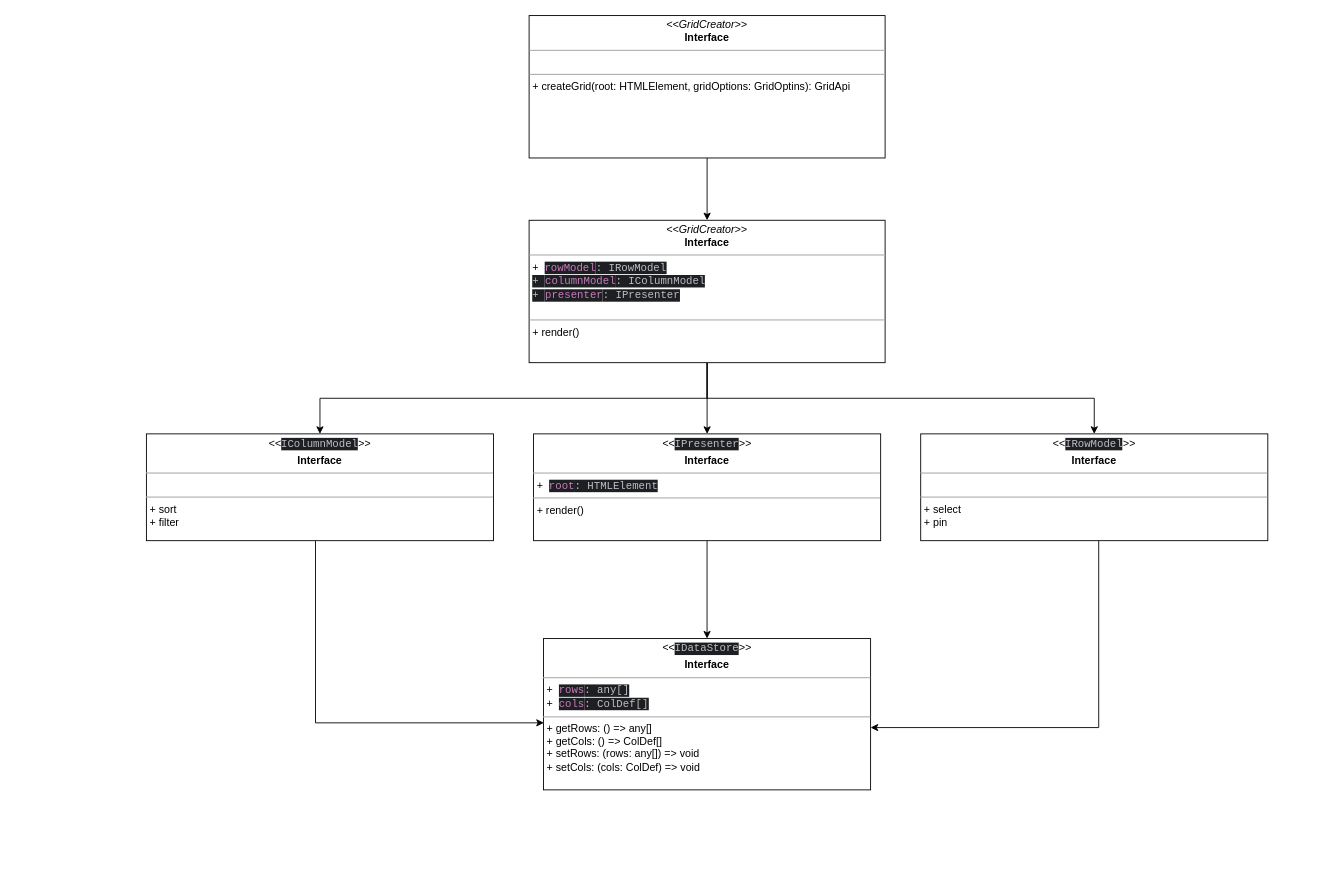
Before: packages/grid/docs/createGrid.drawio in Bright-Burn/Grid, a draw.io diagram. Source tidied: cells renumbered, new cells numbered last; positions are measured from the earlier drawing's top-left corner, leaving out a move shared by most shapes. Both pictures are drawn from the tidied source at 89%, with x=0, y=0 at pixel (146, 15).
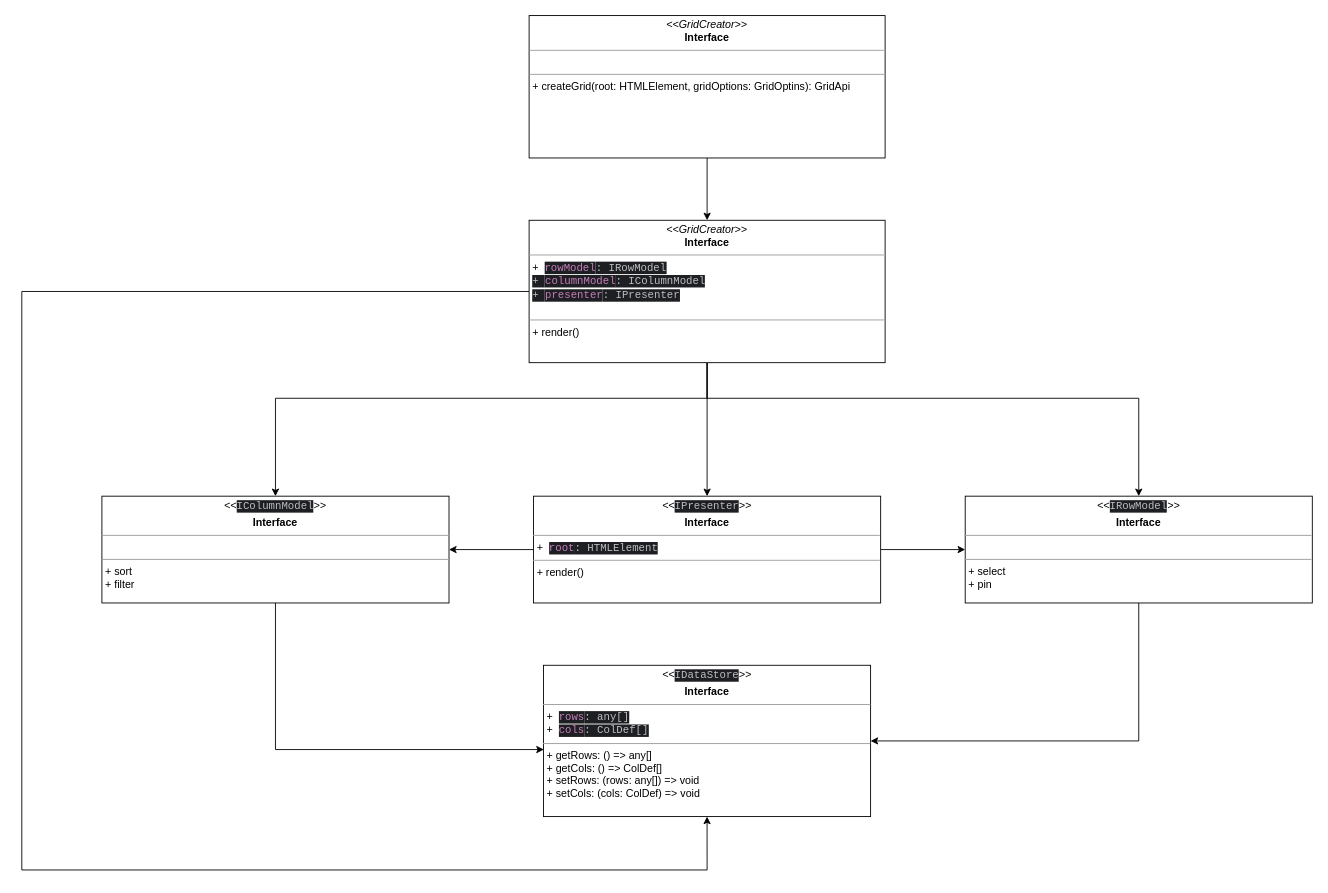
The same page after the edit.

Unchanged cells that the change refers to:
```xml
<mxCell id="7" value="&lt;p style=&quot;margin:0px;margin-top:4px;text-align:center;&quot;&gt;&lt;i&gt;&amp;lt;&amp;lt;GridCreator&amp;gt;&amp;gt;&lt;/i&gt;&lt;br&gt;&lt;b&gt;Interface&lt;/b&gt;&lt;/p&gt;&lt;hr size=&quot;1&quot;&gt;&lt;p style=&quot;margin:0px;margin-left:4px;&quot;&gt;+&amp;nbsp;&amp;nbsp;&lt;span style=&quot;font-family: Consolas, monospace; background-color: rgb(30, 31, 34); color: rgb(199, 125, 187);&quot;&gt;rowModel&lt;/span&gt;&lt;span style=&quot;font-family: Consolas, monospace; background-color: rgb(30, 31, 34); color: rgb(188, 190, 196);&quot;&gt;: IRowModel&lt;/span&gt;&lt;/p&gt;&lt;p style=&quot;margin:0px;margin-left:4px;&quot;&gt;&lt;span style=&quot;font-family: Consolas, monospace; background-color: rgb(30, 31, 34); color: rgb(188, 190, 196);&quot;&gt;+&amp;nbsp;&lt;/span&gt;&lt;span style=&quot;font-family: Consolas, monospace; background-color: rgb(30, 31, 34); color: rgb(199, 125, 187);&quot;&gt;columnModel&lt;/span&gt;&lt;span style=&quot;font-family: Consolas, monospace; background-color: rgb(30, 31, 34); color: rgb(188, 190, 196);&quot;&gt;: IColumnModel&lt;/span&gt;&lt;/p&gt;&lt;p style=&quot;margin:0px;margin-left:4px;&quot;&gt;&lt;span style=&quot;font-family: Consolas, monospace; background-color: rgb(30, 31, 34); color: rgb(188, 190, 196);&quot;&gt;+&amp;nbsp;&lt;/span&gt;&lt;span style=&quot;font-family: Consolas, monospace; background-color: rgb(30, 31, 34); color: rgb(199, 125, 187);&quot;&gt;presenter&lt;/span&gt;&lt;span style=&quot;font-family: Consolas, monospace; background-color: rgb(30, 31, 34); color: rgb(188, 190, 196);&quot;&gt;: IPresenter&lt;/span&gt;&lt;/p&gt;&lt;p style=&quot;margin:0px;margin-left:4px;&quot;&gt;&lt;br&gt;&lt;/p&gt;&lt;hr size=&quot;1&quot;&gt;&lt;p style=&quot;margin:0px;margin-left:4px;&quot;&gt;+ render()&lt;br&gt;&lt;br&gt;&lt;/p&gt;" style="verticalAlign=top;align=left;overflow=fill;fontSize=12;fontFamily=Helvetica;html=1;" parent="1" vertex="1">
  <mxGeometry x="430" y="230" width="400" height="160" as="geometry" />
</mxCell>
```

Diff of the diagram source:
```diff
@@
-    <mxCell id="4" style="edgeStyle=orthogonalEdgeStyle;rounded=0;jettySize=auto;html=1;entryX=0.5;entryY=0;entryDx=0;entryDy=0;" parent="1" edge="1" source="7" target="13">
-      <mxGeometry relative="1" as="geometry">
-        <Array as="points">
-          <mxPoint x="630" y="430" />
-          <mxPoint x="195" y="430" />
-        </Array>
-      </mxGeometry>
-    </mxCell>
@@
-    <mxCell id="6" style="edgeStyle=orthogonalEdgeStyle;rounded=0;jettySize=auto;html=1;" parent="1" edge="1" source="7" target="11">
+    <mxCell id="6" style="edgeStyle=orthogonalEdgeStyle;rounded=0;jettySize=auto;html=1;entryX=0.5;entryY=0;entryDx=0;entryDy=0;" parent="1" edge="1" source="7" target="11">
       <mxGeometry relative="1" as="geometry">
         <Array as="points">
           <mxPoint x="630" y="430" />
-          <mxPoint x="1065" y="430" />
+          <mxPoint x="1115" y="430" />
         </Array>
       </mxGeometry>
     </mxCell>
+    <mxCell id="15" style="edgeStyle=orthogonalEdgeStyle;rounded=0;jettySize=auto;html=1;entryX=0.5;entryY=1;entryDx=0;entryDy=0;" parent="1" edge="1" source="7" target="14">
+      <mxGeometry relative="1" as="geometry">
+        <Array as="points">
+          <mxPoint x="-140" y="310" />
+          <mxPoint x="-140" y="960" />
+          <mxPoint x="630" y="960" />
+        </Array>
+      </mxGeometry>
+    </mxCell>
+    <mxCell id="4" style="edgeStyle=orthogonalEdgeStyle;rounded=0;jettySize=auto;html=1;entryX=0.5;entryY=0;entryDx=0;entryDy=0;strokeColor=default;" parent="1" edge="1" source="7" target="13">
+      <mxGeometry relative="1" as="geometry">
+        <Array as="points">
+          <mxPoint x="630" y="430" />
+          <mxPoint x="145" y="430" />
+        </Array>
+      </mxGeometry>
+    </mxCell>
@@
-    <mxCell id="8" style="edgeStyle=orthogonalEdgeStyle;rounded=0;jettySize=auto;html=1;entryX=0.5;entryY=0;entryDx=0;entryDy=0;" parent="1" edge="1" source="9" target="14">
-      <mxGeometry relative="1" as="geometry" />
-    </mxCell>
+    <mxCell id="16" style="edgeStyle=orthogonalEdgeStyle;rounded=0;jettySize=auto;html=1;" parent="1" edge="1" source="9" target="11">
+      <mxGeometry relative="1" as="geometry" />
+    </mxCell>
+    <mxCell id="17" style="edgeStyle=orthogonalEdgeStyle;rounded=0;jettySize=auto;html=1;" parent="1" edge="1" source="9" target="13">
+      <mxGeometry relative="1" as="geometry" />
+    </mxCell>
     <mxCell id="9" value="&lt;p style=&quot;margin:0px;margin-top:4px;text-align:center;&quot;&gt;&lt;i&gt;&amp;lt;&amp;lt;&lt;/i&gt;&lt;span style=&quot;font-family: Consolas, monospace; background-color: rgb(30, 31, 34); color: rgb(188, 190, 196); text-align: left;&quot;&gt;IPresenter&lt;/span&gt;&lt;i style=&quot;background-color: initial;&quot;&gt;&amp;gt;&amp;gt;&lt;/i&gt;&lt;/p&gt;&lt;p style=&quot;margin:0px;margin-top:4px;text-align:center;&quot;&gt;&lt;b&gt;Interface&lt;/b&gt;&lt;/p&gt;&lt;hr size=&quot;1&quot;&gt;&lt;p style=&quot;margin:0px;margin-left:4px;&quot;&gt;+&amp;nbsp;&amp;nbsp;&lt;span style=&quot;font-family: Consolas, monospace; background-color: rgb(30, 31, 34); color: rgb(199, 125, 187);&quot;&gt;root&lt;/span&gt;&lt;span style=&quot;font-family: Consolas, monospace; background-color: rgb(30, 31, 34); color: rgb(188, 190, 196);&quot;&gt;: HTMLElement&lt;/span&gt;&lt;/p&gt;&lt;hr size=&quot;1&quot;&gt;&lt;p style=&quot;margin:0px;margin-left:4px;&quot;&gt;+ render()&lt;br&gt;&lt;br&gt;&lt;/p&gt;" style="verticalAlign=top;align=left;overflow=fill;fontSize=12;fontFamily=Helvetica;html=1;" parent="1" vertex="1">
-      <mxGeometry x="435" y="470" width="390" height="120" as="geometry" />
+      <mxGeometry x="435" y="540" width="390" height="120" as="geometry" />
     </mxCell>
-    <mxCell id="10" style="edgeStyle=orthogonalEdgeStyle;rounded=0;jettySize=auto;html=1;" parent="1" edge="1" source="11" target="14">
+    <mxCell id="10" style="edgeStyle=orthogonalEdgeStyle;rounded=0;jettySize=auto;html=1;exitX=0.5;exitY=1;exitDx=0;exitDy=0;" parent="1" edge="1" source="11" target="14">
       <mxGeometry relative="1" as="geometry">
         <Array as="points">
-          <mxPoint x="1070" y="800" />
+          <mxPoint x="1115" y="815" />
         </Array>
       </mxGeometry>
     </mxCell>
     <mxCell id="11" value="&lt;p style=&quot;margin:0px;margin-top:4px;text-align:center;&quot;&gt;&lt;i&gt;&amp;lt;&amp;lt;&lt;/i&gt;&lt;span style=&quot;font-family: Consolas, monospace; background-color: rgb(30, 31, 34); color: rgb(188, 190, 196); text-align: left;&quot;&gt;IRowModel&lt;/span&gt;&lt;i style=&quot;background-color: initial;&quot;&gt;&amp;gt;&amp;gt;&lt;/i&gt;&lt;/p&gt;&lt;p style=&quot;margin:0px;margin-top:4px;text-align:center;&quot;&gt;&lt;b&gt;Interface&lt;/b&gt;&lt;/p&gt;&lt;hr size=&quot;1&quot;&gt;&lt;p style=&quot;margin:0px;margin-left:4px;&quot;&gt;&lt;br&gt;&lt;/p&gt;&lt;hr size=&quot;1&quot;&gt;&lt;p style=&quot;margin:0px;margin-left:4px;&quot;&gt;+ select&lt;br&gt;+ pin&lt;br&gt;&lt;br&gt;&lt;/p&gt;" style="verticalAlign=top;align=left;overflow=fill;fontSize=12;fontFamily=Helvetica;html=1;" parent="1" vertex="1">
-      <mxGeometry x="870" y="470" width="390" height="120" as="geometry" />
+      <mxGeometry x="920" y="540" width="390" height="120" as="geometry" />
     </mxCell>
-    <mxCell id="12" style="edgeStyle=orthogonalEdgeStyle;rounded=0;jettySize=auto;html=1;entryX=0.001;entryY=0.557;entryDx=0;entryDy=0;entryPerimeter=0;" parent="1" edge="1" source="13" target="14">
+    <mxCell id="12" style="edgeStyle=orthogonalEdgeStyle;rounded=0;jettySize=auto;html=1;entryX=0.001;entryY=0.557;entryDx=0;entryDy=0;entryPerimeter=0;exitX=0.5;exitY=1;exitDx=0;exitDy=0;" parent="1" edge="1" source="13" target="14">
       <mxGeometry relative="1" as="geometry">
         <Array as="points">
-          <mxPoint x="190" y="795" />
-          <mxPoint x="447" y="795" />
+          <mxPoint x="145" y="825" />
         </Array>
       </mxGeometry>
     </mxCell>
     <mxCell id="13" value="&lt;p style=&quot;margin:0px;margin-top:4px;text-align:center;&quot;&gt;&lt;i&gt;&amp;lt;&amp;lt;&lt;/i&gt;&lt;span style=&quot;font-family: Consolas, monospace; background-color: rgb(30, 31, 34); color: rgb(188, 190, 196); text-align: left;&quot;&gt;IColumnModel&lt;/span&gt;&lt;i style=&quot;background-color: initial;&quot;&gt;&amp;gt;&amp;gt;&lt;/i&gt;&lt;/p&gt;&lt;p style=&quot;margin:0px;margin-top:4px;text-align:center;&quot;&gt;&lt;b&gt;Interface&lt;/b&gt;&lt;/p&gt;&lt;hr size=&quot;1&quot;&gt;&lt;p style=&quot;margin:0px;margin-left:4px;&quot;&gt;&lt;br&gt;&lt;/p&gt;&lt;hr size=&quot;1&quot;&gt;&lt;p style=&quot;margin:0px;margin-left:4px;&quot;&gt;+ sort&lt;br&gt;+ filter&lt;br&gt;&lt;br&gt;&lt;/p&gt;" style="verticalAlign=top;align=left;overflow=fill;fontSize=12;fontFamily=Helvetica;html=1;" parent="1" vertex="1">
-      <mxGeometry y="470" width="390" height="120" as="geometry" />
+      <mxGeometry x="-50" y="540" width="390" height="120" as="geometry" />
     </mxCell>
     <mxCell id="14" value="&lt;p style=&quot;margin: 4px 0px 0px; text-align: center;&quot;&gt;&lt;i&gt;&amp;lt;&amp;lt;&lt;/i&gt;&lt;span style=&quot;font-family: Consolas, monospace; background-color: rgb(30, 31, 34); color: rgb(188, 190, 196); text-align: left;&quot;&gt;IDataStore&lt;/span&gt;&lt;i style=&quot;background-color: initial;&quot;&gt;&amp;gt;&amp;gt;&lt;/i&gt;&lt;/p&gt;&lt;p style=&quot;margin:0px;margin-top:4px;text-align:center;&quot;&gt;&lt;b&gt;Interface&lt;/b&gt;&lt;/p&gt;&lt;hr size=&quot;1&quot;&gt;&lt;p style=&quot;margin:0px;margin-left:4px;&quot;&gt;+&amp;nbsp;&amp;nbsp;&lt;span style=&quot;color: rgb(199, 125, 187); font-family: Consolas, monospace; background-color: rgb(30, 31, 34);&quot;&gt;rows&lt;/span&gt;&lt;span style=&quot;background-color: rgb(30, 31, 34); color: rgb(188, 190, 196); font-family: Consolas, monospace;&quot;&gt;: any[]&lt;/span&gt;&lt;/p&gt;&lt;p style=&quot;margin:0px;margin-left:4px;&quot;&gt;+&amp;nbsp;&amp;nbsp;&lt;span style=&quot;font-family: Consolas, monospace; background-color: rgb(30, 31, 34); color: rgb(199, 125, 187);&quot;&gt;cols&lt;/span&gt;&lt;span style=&quot;font-family: Consolas, monospace; background-color: rgb(30, 31, 34); color: rgb(188, 190, 196);&quot;&gt;: ColDef[]&lt;/span&gt;&lt;span style=&quot;background-color: rgb(30, 31, 34); color: rgb(188, 190, 196); font-family: Consolas, monospace;&quot;&gt;&lt;br&gt;&lt;/span&gt;&lt;/p&gt;&lt;hr size=&quot;1&quot;&gt;&lt;p style=&quot;margin:0px;margin-left:4px;&quot;&gt;+ getRows: () =&amp;gt; any[]&lt;br&gt;+ getCols: () =&amp;gt; ColDef[]&lt;/p&gt;&lt;p style=&quot;margin:0px;margin-left:4px;&quot;&gt;+ setRows: (rows: any[]) =&amp;gt; void&lt;br&gt;+ setCols: (cols: ColDef) =&amp;gt; void&lt;/p&gt;&lt;p style=&quot;margin:0px;margin-left:4px;&quot;&gt;&lt;br&gt;&lt;br&gt;&lt;/p&gt;" style="verticalAlign=top;align=left;overflow=fill;fontSize=12;fontFamily=Helvetica;html=1;" parent="1" vertex="1">
-      <mxGeometry x="446.2" y="700" width="367.5" height="170" as="geometry" />
+      <mxGeometry x="446.2" y="730" width="367.5" height="170" as="geometry" />
     </mxCell>
```
